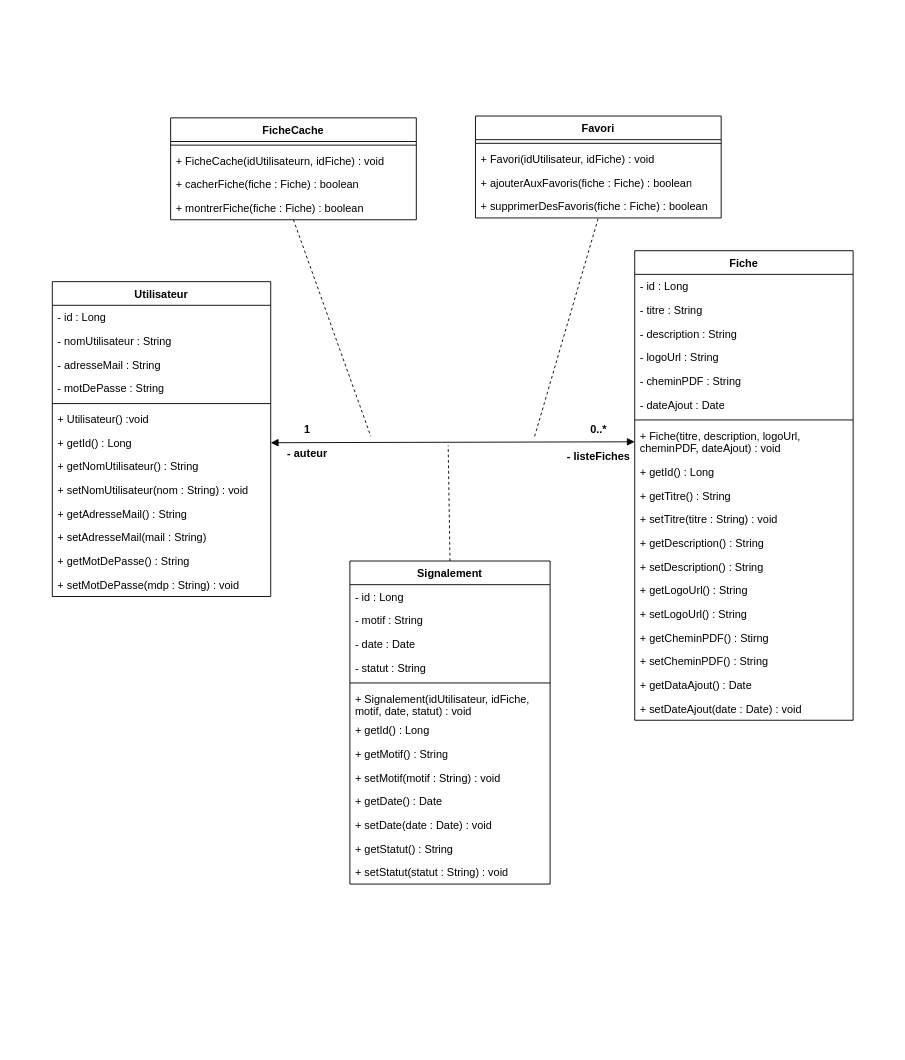
The draw.io diagram backend/doc/diag-classes.drawio in SAULAS-Enzo/FlightManager---Application-Web, before the edit. Source tidied: cells renumbered, new cells numbered last; positions are measured from the earlier drawing's top-left corner, leaving out a move shared by most shapes. Both pictures are drawn from the tidied source at 91%, with x=0, y=0 at pixel (52, 116).
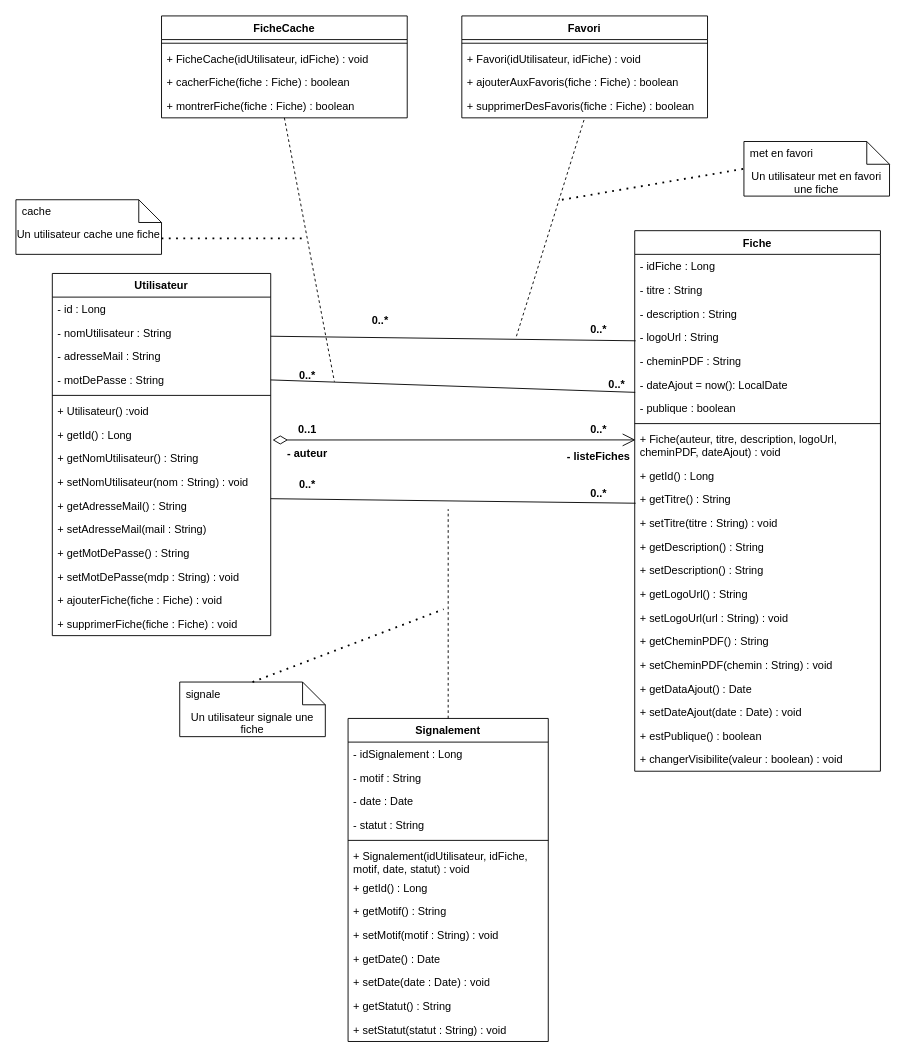
After the change.

Commit message (it also covers changes not shown here):
Creation de l'entité Fiche en base de données

Unchanged cells that the change refers to:
```xml
<mxCell id="6" value="- motDePasse : String" style="text;strokeColor=none;fillColor=none;align=left;verticalAlign=top;spacingLeft=4;spacingRight=4;overflow=hidden;points=[[0,0.5,1,0,0],[1,0.5,1,0,0],[0.75,0.538462,0,0,0]];portConstraint=eastwest;whiteSpace=wrap;html=1;" parent="2" vertex="1">
  <mxGeometry y="104" width="240" height="26" as="geometry" />
</mxCell>
<mxCell id="9" value="+ getId() : Long" style="text;strokeColor=none;fillColor=none;align=left;verticalAlign=top;spacingLeft=4;spacingRight=4;overflow=hidden;points=[[0,0.5],[1,0.5]];portConstraint=eastwest;whiteSpace=wrap;html=1;" parent="2" vertex="1">
  <mxGeometry y="164" width="240" height="26" as="geometry" />
</mxCell>
<mxCell id="61" value="- auteur" style="text;align=center;fontStyle=1;verticalAlign=middle;spacingLeft=3;spacingRight=3;strokeColor=none;points=[[0,0.5],[1,0.5]];portConstraint=eastwest;html=1;" parent="1" vertex="1">
  <mxGeometry x="240" y="358" width="80" height="26" as="geometry" />
</mxCell>
```

Change to the diagram source:
```diff
@@
     <mxCell id="2" value="Utilisateur" style="swimlane;fontStyle=1;align=center;verticalAlign=top;horizontal=1;startSize=26;whiteSpace=wrap;html=1;" parent="1" vertex="1">
-      <mxGeometry y="182" width="240" height="346" as="geometry" />
+      <mxGeometry y="173" width="240" height="398" as="geometry" />
     </mxCell>
@@
+    <mxCell id="68" value="+ ajouterFiche(fiche : Fiche) : void" style="text;strokeColor=none;fillColor=none;align=left;verticalAlign=top;spacingLeft=4;spacingRight=4;overflow=hidden;whiteSpace=wrap;html=1;" parent="2" vertex="1">
+      <mxGeometry y="346" width="240" height="26" as="geometry" />
+    </mxCell>
+    <mxCell id="69" value="+ supprimerFiche(fiche : Fiche) : void" style="text;strokeColor=none;fillColor=none;align=left;verticalAlign=top;spacingLeft=4;spacingRight=4;overflow=hidden;whiteSpace=wrap;html=1;" parent="2" vertex="1">
+      <mxGeometry y="372" width="240" height="26" as="geometry" />
+    </mxCell>
     <mxCell id="16" value="Fiche" style="swimlane;fontStyle=1;align=center;verticalAlign=top;horizontal=1;startSize=26;whiteSpace=wrap;html=1;" parent="1" vertex="1">
-      <mxGeometry x="640" y="148" width="240" height="516" as="geometry" />
+      <mxGeometry x="640" y="126" width="270" height="594" as="geometry" />
     </mxCell>
-    <mxCell id="17" value="- id : Long" style="text;strokeColor=none;fillColor=none;align=left;verticalAlign=top;spacingLeft=4;spacingRight=4;overflow=hidden;whiteSpace=wrap;html=1;" parent="16" vertex="1">
-      <mxGeometry y="26" width="240" height="26" as="geometry" />
+    <mxCell id="17" value="- idFiche : Long" style="text;strokeColor=none;fillColor=none;align=left;verticalAlign=top;spacingLeft=4;spacingRight=4;overflow=hidden;whiteSpace=wrap;html=1;" parent="16" vertex="1">
+      <mxGeometry y="26" width="270" height="26" as="geometry" />
     </mxCell>
     <mxCell id="18" value="- titre : String" style="text;strokeColor=none;fillColor=none;align=left;verticalAlign=top;spacingLeft=4;spacingRight=4;overflow=hidden;whiteSpace=wrap;html=1;" parent="16" vertex="1">
-      <mxGeometry y="52" width="240" height="26" as="geometry" />
+      <mxGeometry y="52" width="270" height="26" as="geometry" />
     </mxCell>
     <mxCell id="19" value="- description : String" style="text;strokeColor=none;fillColor=none;align=left;verticalAlign=top;spacingLeft=4;spacingRight=4;overflow=hidden;whiteSpace=wrap;html=1;" parent="16" vertex="1">
-      <mxGeometry y="78" width="240" height="26" as="geometry" />
+      <mxGeometry y="78" width="270" height="26" as="geometry" />
     </mxCell>
     <mxCell id="20" value="- logoUrl : String" style="text;strokeColor=none;fillColor=none;align=left;verticalAlign=top;spacingLeft=4;spacingRight=4;overflow=hidden;whiteSpace=wrap;html=1;" parent="16" vertex="1">
-      <mxGeometry y="104" width="240" height="26" as="geometry" />
+      <mxGeometry y="104" width="270" height="26" as="geometry" />
     </mxCell>
     <mxCell id="21" value="- cheminPDF : String" style="text;strokeColor=none;fillColor=none;align=left;verticalAlign=top;spacingLeft=4;spacingRight=4;overflow=hidden;whiteSpace=wrap;html=1;" parent="16" vertex="1">
-      <mxGeometry y="130" width="240" height="26" as="geometry" />
+      <mxGeometry y="130" width="270" height="26" as="geometry" />
     </mxCell>
-    <mxCell id="22" value="- dateAjout : Date" style="text;strokeColor=none;fillColor=none;align=left;verticalAlign=top;spacingLeft=4;spacingRight=4;overflow=hidden;points=[[0,0.5],[1,0.5]];portConstraint=eastwest;whiteSpace=wrap;html=1;" parent="16" vertex="1">
-      <mxGeometry y="156" width="240" height="26" as="geometry" />
+    <mxCell id="22" value="- dateAjout = now(): LocalDate" style="text;strokeColor=none;fillColor=none;align=left;verticalAlign=top;spacingLeft=4;spacingRight=4;overflow=hidden;points=[[0,0.5],[1,0.5]];portConstraint=eastwest;whiteSpace=wrap;html=1;" parent="16" vertex="1">
+      <mxGeometry y="156" width="270" height="26" as="geometry" />
     </mxCell>
+    <mxCell id="70" value="- publique : boolean" style="text;strokeColor=none;fillColor=none;align=left;verticalAlign=top;spacingLeft=4;spacingRight=4;overflow=hidden;whiteSpace=wrap;html=1;" parent="16" vertex="1">
+      <mxGeometry y="182" width="270" height="26" as="geometry" />
+    </mxCell>
     <mxCell id="23" style="line;strokeWidth=1;fillColor=none;align=left;verticalAlign=middle;spacingTop=-1;spacingLeft=3;spacingRight=3;labelPosition=right;strokeColor=inherit;labelPerimeter=1;" parent="16" vertex="1">
-      <mxGeometry y="182" width="240" height="8" as="geometry" />
+      <mxGeometry y="208" width="270" height="8" as="geometry" />
     </mxCell>
-    <mxCell id="24" value="+ Fiche(titre, description, logoUrl, cheminPDF, dateAjout) : void" style="text;strokeColor=none;fillColor=none;align=left;verticalAlign=top;spacingLeft=4;spacingRight=4;overflow=hidden;points=[[0,0.5],[1,0.5]];portConstraint=eastwest;whiteSpace=wrap;html=1;" parent="16" vertex="1">
-      <mxGeometry y="190" width="240" height="40" as="geometry" />
+    <mxCell id="24" value="+ Fiche(auteur, titre, description, logoUrl, cheminPDF, dateAjout) : void" style="text;strokeColor=none;fillColor=none;align=left;verticalAlign=top;spacingLeft=4;spacingRight=4;overflow=hidden;points=[[0,0.5],[1,0.5]];portConstraint=eastwest;whiteSpace=wrap;html=1;" parent="16" vertex="1">
+      <mxGeometry y="216" width="270" height="40" as="geometry" />
     </mxCell>
     <mxCell id="25" value="+ getId() : Long" style="text;strokeColor=none;fillColor=none;align=left;verticalAlign=top;spacingLeft=4;spacingRight=4;overflow=hidden;whiteSpace=wrap;html=1;" parent="16" vertex="1">
-      <mxGeometry y="230" width="240" height="26" as="geometry" />
+      <mxGeometry y="256" width="270" height="26" as="geometry" />
     </mxCell>
     <mxCell id="26" value="+ getTitre() : String" style="text;strokeColor=none;fillColor=none;align=left;verticalAlign=top;spacingLeft=4;spacingRight=4;overflow=hidden;whiteSpace=wrap;html=1;" parent="16" vertex="1">
-      <mxGeometry y="256" width="240" height="26" as="geometry" />
+      <mxGeometry y="282" width="270" height="26" as="geometry" />
     </mxCell>
     <mxCell id="27" value="+ setTitre(titre : String) : void" style="text;strokeColor=none;fillColor=none;align=left;verticalAlign=top;spacingLeft=4;spacingRight=4;overflow=hidden;whiteSpace=wrap;html=1;" parent="16" vertex="1">
-      <mxGeometry y="282" width="240" height="26" as="geometry" />
+      <mxGeometry y="308" width="270" height="26" as="geometry" />
     </mxCell>
     <mxCell id="28" value="+ getDescription() : String" style="text;strokeColor=none;fillColor=none;align=left;verticalAlign=top;spacingLeft=4;spacingRight=4;overflow=hidden;whiteSpace=wrap;html=1;" parent="16" vertex="1">
-      <mxGeometry y="308" width="240" height="26" as="geometry" />
+      <mxGeometry y="334" width="270" height="26" as="geometry" />
     </mxCell>
     <mxCell id="29" value="+ setDescription() : String" style="text;strokeColor=none;fillColor=none;align=left;verticalAlign=top;spacingLeft=4;spacingRight=4;overflow=hidden;whiteSpace=wrap;html=1;" parent="16" vertex="1">
-      <mxGeometry y="334" width="240" height="26" as="geometry" />
+      <mxGeometry y="360" width="270" height="26" as="geometry" />
     </mxCell>
     <mxCell id="30" value="+ getLogoUrl() : String" style="text;strokeColor=none;fillColor=none;align=left;verticalAlign=top;spacingLeft=4;spacingRight=4;overflow=hidden;whiteSpace=wrap;html=1;" parent="16" vertex="1">
-      <mxGeometry y="360" width="240" height="26" as="geometry" />
+      <mxGeometry y="386" width="270" height="26" as="geometry" />
     </mxCell>
-    <mxCell id="31" value="+ setLogoUrl() : String" style="text;strokeColor=none;fillColor=none;align=left;verticalAlign=top;spacingLeft=4;spacingRight=4;overflow=hidden;whiteSpace=wrap;html=1;" parent="16" vertex="1">
-      <mxGeometry y="386" width="240" height="26" as="geometry" />
+    <mxCell id="31" value="+ setLogoUrl(url : String) : void" style="text;strokeColor=none;fillColor=none;align=left;verticalAlign=top;spacingLeft=4;spacingRight=4;overflow=hidden;whiteSpace=wrap;html=1;" parent="16" vertex="1">
+      <mxGeometry y="412" width="270" height="26" as="geometry" />
     </mxCell>
-    <mxCell id="32" value="+ getCheminPDF() : Stirng" style="text;strokeColor=none;fillColor=none;align=left;verticalAlign=top;spacingLeft=4;spacingRight=4;overflow=hidden;whiteSpace=wrap;html=1;" parent="16" vertex="1">
-      <mxGeometry y="412" width="240" height="26" as="geometry" />
+    <mxCell id="32" value="+ getCheminPDF() : String" style="text;strokeColor=none;fillColor=none;align=left;verticalAlign=top;spacingLeft=4;spacingRight=4;overflow=hidden;whiteSpace=wrap;html=1;" parent="16" vertex="1">
+      <mxGeometry y="438" width="270" height="26" as="geometry" />
     </mxCell>
-    <mxCell id="33" value="+ setCheminPDF() : String" style="text;strokeColor=none;fillColor=none;align=left;verticalAlign=top;spacingLeft=4;spacingRight=4;overflow=hidden;whiteSpace=wrap;html=1;" parent="16" vertex="1">
-      <mxGeometry y="438" width="240" height="26" as="geometry" />
+    <mxCell id="33" value="+ setCheminPDF(chemin : String) : void" style="text;strokeColor=none;fillColor=none;align=left;verticalAlign=top;spacingLeft=4;spacingRight=4;overflow=hidden;whiteSpace=wrap;html=1;" parent="16" vertex="1">
+      <mxGeometry y="464" width="270" height="26" as="geometry" />
     </mxCell>
     <mxCell id="34" value="+ getDataAjout() : Date" style="text;strokeColor=none;fillColor=none;align=left;verticalAlign=top;spacingLeft=4;spacingRight=4;overflow=hidden;whiteSpace=wrap;html=1;" parent="16" vertex="1">
-      <mxGeometry y="464" width="240" height="26" as="geometry" />
+      <mxGeometry y="490" width="270" height="26" as="geometry" />
     </mxCell>
     <mxCell id="35" value="+ setDateAjout(date : Date) : void" style="text;strokeColor=none;fillColor=none;align=left;verticalAlign=top;spacingLeft=4;spacingRight=4;overflow=hidden;whiteSpace=wrap;html=1;" parent="16" vertex="1">
-      <mxGeometry y="490" width="240" height="26" as="geometry" />
+      <mxGeometry y="516" width="270" height="26" as="geometry" />
     </mxCell>
+    <mxCell id="71" value="+ estPublique() : boolean" style="text;strokeColor=none;fillColor=none;align=left;verticalAlign=top;spacingLeft=4;spacingRight=4;overflow=hidden;whiteSpace=wrap;html=1;" parent="16" vertex="1">
+      <mxGeometry y="542" width="270" height="26" as="geometry" />
+    </mxCell>
+    <mxCell id="72" value="+ changerVisibilite(valeur : boolean) : void" style="text;strokeColor=none;fillColor=none;align=left;verticalAlign=top;spacingLeft=4;spacingRight=4;overflow=hidden;whiteSpace=wrap;html=1;" parent="16" vertex="1">
+      <mxGeometry y="568" width="270" height="26" as="geometry" />
+    </mxCell>
     <mxCell id="36" value="Signalement" style="swimlane;fontStyle=1;align=center;verticalAlign=top;horizontal=1;startSize=26;whiteSpace=wrap;html=1;" parent="1" vertex="1">
-      <mxGeometry x="327" y="489" width="220" height="355" as="geometry" />
+      <mxGeometry x="325" y="662" width="220" height="355" as="geometry" />
     </mxCell>
-    <mxCell id="37" value="- id : Long" style="text;strokeColor=none;fillColor=none;align=left;verticalAlign=top;spacingLeft=4;spacingRight=4;overflow=hidden;whiteSpace=wrap;html=1;" parent="36" vertex="1">
+    <mxCell id="37" value="- idSignalement : Long" style="text;strokeColor=none;fillColor=none;align=left;verticalAlign=top;spacingLeft=4;spacingRight=4;overflow=hidden;whiteSpace=wrap;html=1;" parent="36" vertex="1">
       <mxGeometry y="26" width="220" height="26" as="geometry" />
     </mxCell>
@@
     <mxCell id="50" value="Favori" style="swimlane;fontStyle=1;align=center;verticalAlign=top;horizontal=1;startSize=26;whiteSpace=wrap;html=1;" parent="1" vertex="1">
-      <mxGeometry x="465" width="270" height="112" as="geometry" />
+      <mxGeometry x="450" y="-110" width="270" height="112" as="geometry" />
     </mxCell>
@@
     <mxCell id="55" value="FicheCache" style="swimlane;fontStyle=1;align=center;verticalAlign=top;horizontal=1;startSize=26;whiteSpace=wrap;html=1;" parent="1" vertex="1">
-      <mxGeometry x="130" y="2" width="270" height="112" as="geometry" />
+      <mxGeometry x="120" y="-110" width="270" height="112" as="geometry" />
     </mxCell>
@@
-    <mxCell id="57" value="+ FicheCache(idUtilisateurn, idFiche) : void" style="text;strokeColor=none;fillColor=none;align=left;verticalAlign=top;spacingLeft=4;spacingRight=4;overflow=hidden;whiteSpace=wrap;html=1;" parent="55" vertex="1">
+    <mxCell id="57" value="+ FicheCache(idUtilisateur, idFiche) : void" style="text;strokeColor=none;fillColor=none;align=left;verticalAlign=top;spacingLeft=4;spacingRight=4;overflow=hidden;whiteSpace=wrap;html=1;" parent="55" vertex="1">
       <mxGeometry y="34" width="270" height="26" as="geometry" />
     </mxCell>
@@
-    <mxCell id="60" style="endArrow=block;startArrow=block;endFill=1;startFill=1;html=1;exitX=1;exitY=0.5;exitDx=0;exitDy=0;entryX=0;entryY=0.5;entryDx=0;entryDy=0;" parent="1" edge="1" source="9" target="24">
-      <mxGeometry relative="1" as="geometry" />
-    </mxCell>
@@
-    <mxCell id="62" value="1" style="text;align=center;fontStyle=1;verticalAlign=middle;spacingLeft=3;spacingRight=3;strokeColor=none;html=1;" parent="1" vertex="1">
+    <mxCell id="62" value="0..1" style="text;align=center;fontStyle=1;verticalAlign=middle;spacingLeft=3;spacingRight=3;strokeColor=none;html=1;" parent="1" vertex="1">
       <mxGeometry x="240" y="332" width="80" height="26" as="geometry" />
     </mxCell>
@@
     <mxCell id="65" style="endArrow=none;dashed=1;html=1;exitX=0.5;exitY=0;exitDx=0;exitDy=0;" parent="1" edge="1" source="36">
       <mxGeometry relative="1" as="geometry">
-        <mxPoint x="435" y="362" as="targetPoint" />
+        <mxPoint x="435" y="432" as="targetPoint" />
       </mxGeometry>
     </mxCell>
     <mxCell id="66" style="endArrow=none;dashed=1;html=1;exitX=0.5;exitY=1;exitDx=0;exitDy=0;" parent="1" edge="1" source="55">
       <mxGeometry relative="1" as="geometry">
-        <mxPoint x="350" y="352" as="targetPoint" />
+        <mxPoint x="310" y="292" as="targetPoint" />
       </mxGeometry>
     </mxCell>
     <mxCell id="67" style="endArrow=none;dashed=1;html=1;entryX=0.5;entryY=1;entryDx=0;entryDy=0;" parent="1" edge="1" target="50">
       <mxGeometry relative="1" as="geometry">
-        <mxPoint x="530" y="352" as="sourcePoint" />
+        <mxPoint x="510" y="242" as="sourcePoint" />
       </mxGeometry>
     </mxCell>
+    <mxCell id="73" style="endArrow=open;html=1;endSize=12;startArrow=diamondThin;startSize=14;startFill=0;align=left;verticalAlign=bottom;exitX=0.025;exitY=-0.077;exitDx=0;exitDy=0;entryX=0.003;entryY=0.348;entryDx=0;entryDy=0;entryPerimeter=0;exitPerimeter=0;" parent="1" edge="1" source="61" target="24">
+      <mxGeometry x="-0.45" y="13" relative="1" as="geometry" />
+    </mxCell>
+    <mxCell id="74" style="endArrow=none;html=1;exitX=1;exitY=0.5;exitDx=0;exitDy=0;entryX=0.002;entryY=0.833;entryDx=0;entryDy=0;entryPerimeter=0;" parent="1" edge="1" source="6" target="22">
+      <mxGeometry relative="1" as="geometry" />
+    </mxCell>
+    <mxCell id="75" value="0..*" style="text;align=center;fontStyle=1;verticalAlign=middle;spacingLeft=3;spacingRight=3;strokeColor=none;html=1;" parent="1" vertex="1">
+      <mxGeometry x="240" y="272" width="80" height="26" as="geometry" />
+    </mxCell>
+    <mxCell id="76" value="0..*" style="text;align=center;fontStyle=1;verticalAlign=middle;spacingLeft=3;spacingRight=3;strokeColor=none;html=1;" parent="1" vertex="1">
+      <mxGeometry x="580" y="282" width="80" height="26" as="geometry" />
+    </mxCell>
+    <mxCell id="77" style="endArrow=none;html=1;exitX=1;exitY=0.5;exitDx=0;exitDy=0;entryX=0.002;entryY=0.833;entryDx=0;entryDy=0;entryPerimeter=0;" parent="1" edge="1">
+      <mxGeometry relative="1" as="geometry">
+        <mxPoint x="240" y="242" as="sourcePoint" />
+        <mxPoint x="641" y="247" as="targetPoint" />
+      </mxGeometry>
+    </mxCell>
+    <mxCell id="78" value="0..*" style="text;align=center;fontStyle=1;verticalAlign=middle;spacingLeft=3;spacingRight=3;strokeColor=none;html=1;" parent="1" vertex="1">
+      <mxGeometry x="320" y="212" width="80" height="26" as="geometry" />
+    </mxCell>
+    <mxCell id="79" value="0..*" style="text;align=center;fontStyle=1;verticalAlign=middle;spacingLeft=3;spacingRight=3;strokeColor=none;html=1;" parent="1" vertex="1">
+      <mxGeometry x="560" y="222" width="80" height="26" as="geometry" />
+    </mxCell>
+    <mxCell id="80" style="endArrow=none;html=1;exitX=1;exitY=0.5;exitDx=0;exitDy=0;entryX=0.002;entryY=0.833;entryDx=0;entryDy=0;entryPerimeter=0;" parent="1" edge="1">
+      <mxGeometry relative="1" as="geometry">
+        <mxPoint x="240" y="420.5" as="sourcePoint" />
+        <mxPoint x="641" y="425.5" as="targetPoint" />
+      </mxGeometry>
+    </mxCell>
+    <mxCell id="81" value="0..*" style="text;align=center;fontStyle=1;verticalAlign=middle;spacingLeft=3;spacingRight=3;strokeColor=none;html=1;" parent="1" vertex="1">
+      <mxGeometry x="240" y="392" width="80" height="26" as="geometry" />
+    </mxCell>
+    <mxCell id="82" value="0..*" style="text;align=center;fontStyle=1;verticalAlign=middle;spacingLeft=3;spacingRight=3;strokeColor=none;html=1;" parent="1" vertex="1">
+      <mxGeometry x="560" y="402" width="80" height="26" as="geometry" />
+    </mxCell>
+    <mxCell id="83" value="Un utilisateur cache une fiche" style="shape=note2;boundedLbl=1;whiteSpace=wrap;html=1;size=25;verticalAlign=top;align=center;" parent="1" vertex="1">
+      <mxGeometry x="-40" y="92" width="160" height="60" as="geometry" />
+    </mxCell>
+    <mxCell id="84" value="cache" style="strokeColor=none;fillColor=none;align=left;spacingLeft=5;" parent="83" vertex="1">
+      <mxGeometry width="160" height="25" relative="1" as="geometry" />
+    </mxCell>
+    <mxCell id="85" value="Un utilisateur met en favori une fiche" style="shape=note2;boundedLbl=1;whiteSpace=wrap;html=1;size=25;verticalAlign=top;align=center;" parent="1" vertex="1">
+      <mxGeometry x="760" y="28" width="160" height="60" as="geometry" />
+    </mxCell>
+    <mxCell id="86" value="met en favori" style="strokeColor=none;fillColor=none;align=left;spacingLeft=5;" parent="85" vertex="1">
+      <mxGeometry width="160" height="25" relative="1" as="geometry" />
+    </mxCell>
+    <mxCell id="87" style="endArrow=none;dashed=1;html=1;dashPattern=1 3;strokeWidth=2;entryX=0;entryY=0.5;entryDx=0;entryDy=0;entryPerimeter=0;" parent="1" edge="1" target="85">
+      <mxGeometry relative="1" as="geometry">
+        <mxPoint x="560" y="92" as="sourcePoint" />
+      </mxGeometry>
+    </mxCell>
+    <mxCell id="88" style="endArrow=none;dashed=1;html=1;dashPattern=1 3;strokeWidth=2;exitX=1;exitY=0.5;exitDx=0;exitDy=12.5;exitPerimeter=0;" parent="1" edge="1" source="83">
+      <mxGeometry relative="1" as="geometry">
+        <mxPoint x="280" y="134.5" as="targetPoint" />
+      </mxGeometry>
+    </mxCell>
+    <mxCell id="89" value="Un utilisateur signale une fiche" style="shape=note2;boundedLbl=1;whiteSpace=wrap;html=1;size=25;verticalAlign=top;align=center;" parent="1" vertex="1">
+      <mxGeometry x="140" y="622" width="160" height="60" as="geometry" />
+    </mxCell>
+    <mxCell id="90" value="signale" style="strokeColor=none;fillColor=none;align=left;spacingLeft=5;" parent="89" vertex="1">
+      <mxGeometry width="160" height="25" relative="1" as="geometry" />
+    </mxCell>
+    <mxCell id="91" style="endArrow=none;dashed=1;html=1;dashPattern=1 3;strokeWidth=2;exitX=0.5;exitY=0;exitDx=0;exitDy=0;" parent="1" edge="1" source="90">
+      <mxGeometry relative="1" as="geometry">
+        <mxPoint x="430" y="542" as="targetPoint" />
+      </mxGeometry>
+    </mxCell>
```
